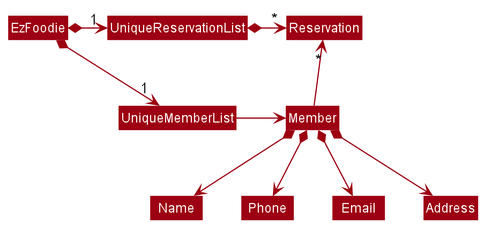
Above: docs/images/BetterModelClassDiagram.png in zzybluebell/tp (PlantUML), before the change.
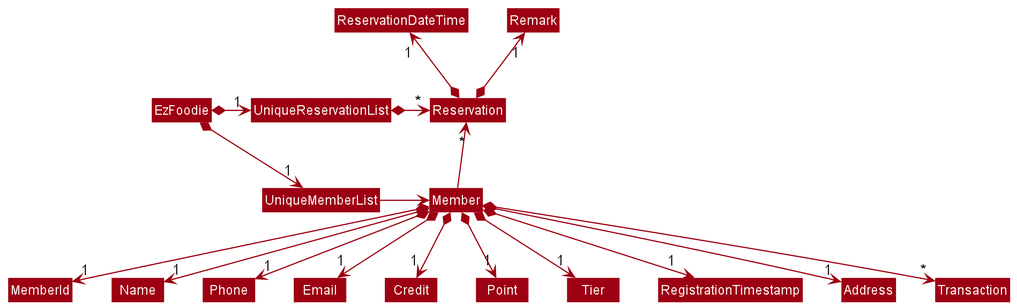
Later version of the same file.

Change to the diagram source:
```diff
@@ -14,8 +14,17 @@
 
 Member -up-> "*" Reservation
 
-Member *--> Name
-Member *--> Phone
-Member *--> Email
-Member *--> Address
+Member *--> "1" MemberId
+Member *--> "1" Name
+Member *--> "1" Phone
+Member *--> "1" Email
+Member *--> "1" Credit
+Member *--> "1" Point
+Member *--> "1" Tier
+Member *--> "1" RegistrationTimestamp
+Member *--> "1" Address
+Member *--> "*" Transaction
+
+Reservation *-up-> "1" Remark
+Reservation *-up-> "1" ReservationDateTime
 @enduml
```
